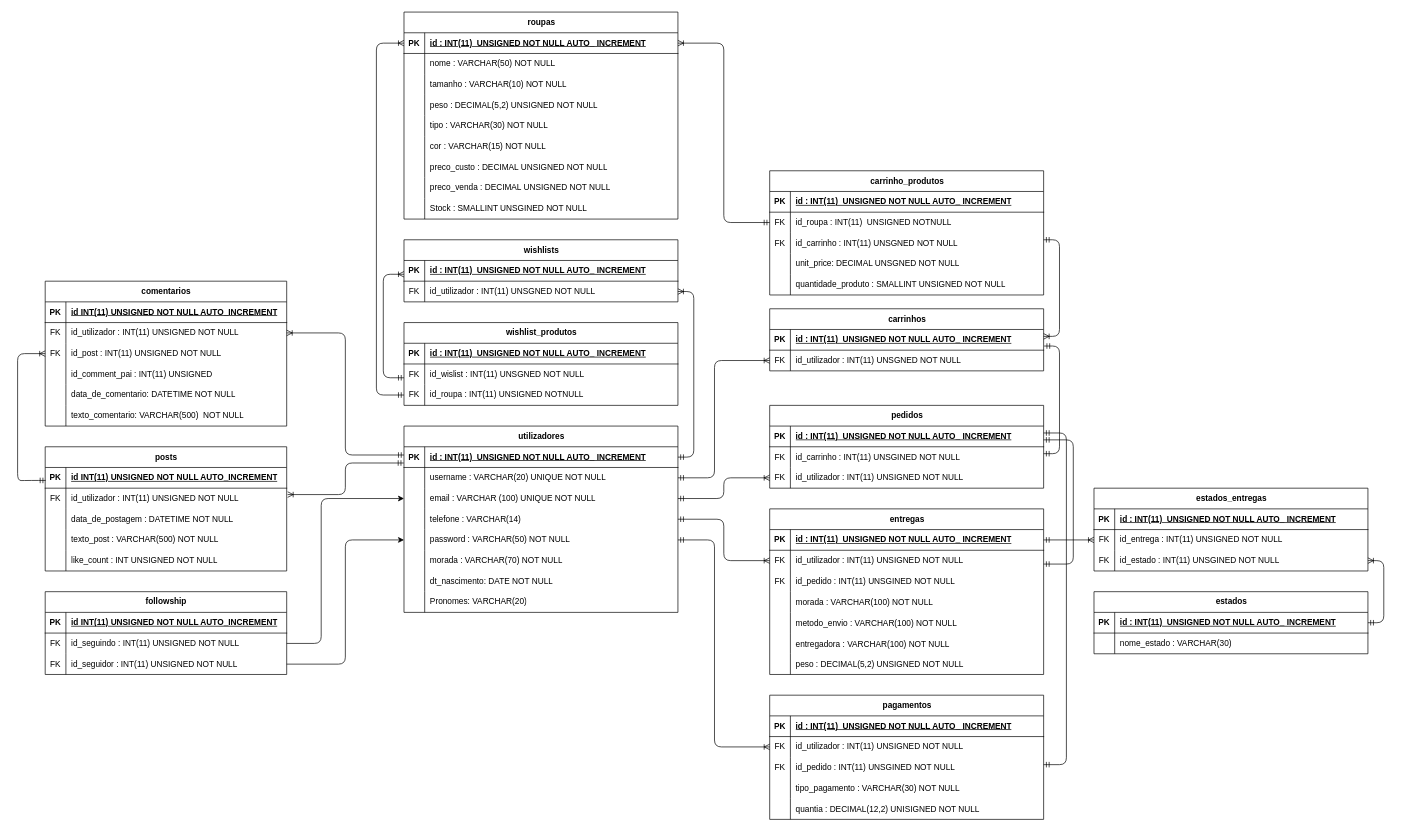
The draw.io diagram 00_PAP_Codigos/Modelo ER/imoral_modelo_er.dio in FabioVitok/PAP, before the edit. Source tidied: cells renumbered, new cells numbered last; positions are measured from the earlier drawing's top-left corner, leaving out a move shared by most shapes. Both pictures are drawn from the tidied source at 69%, with x=0, y=0 at pixel (17, 12).
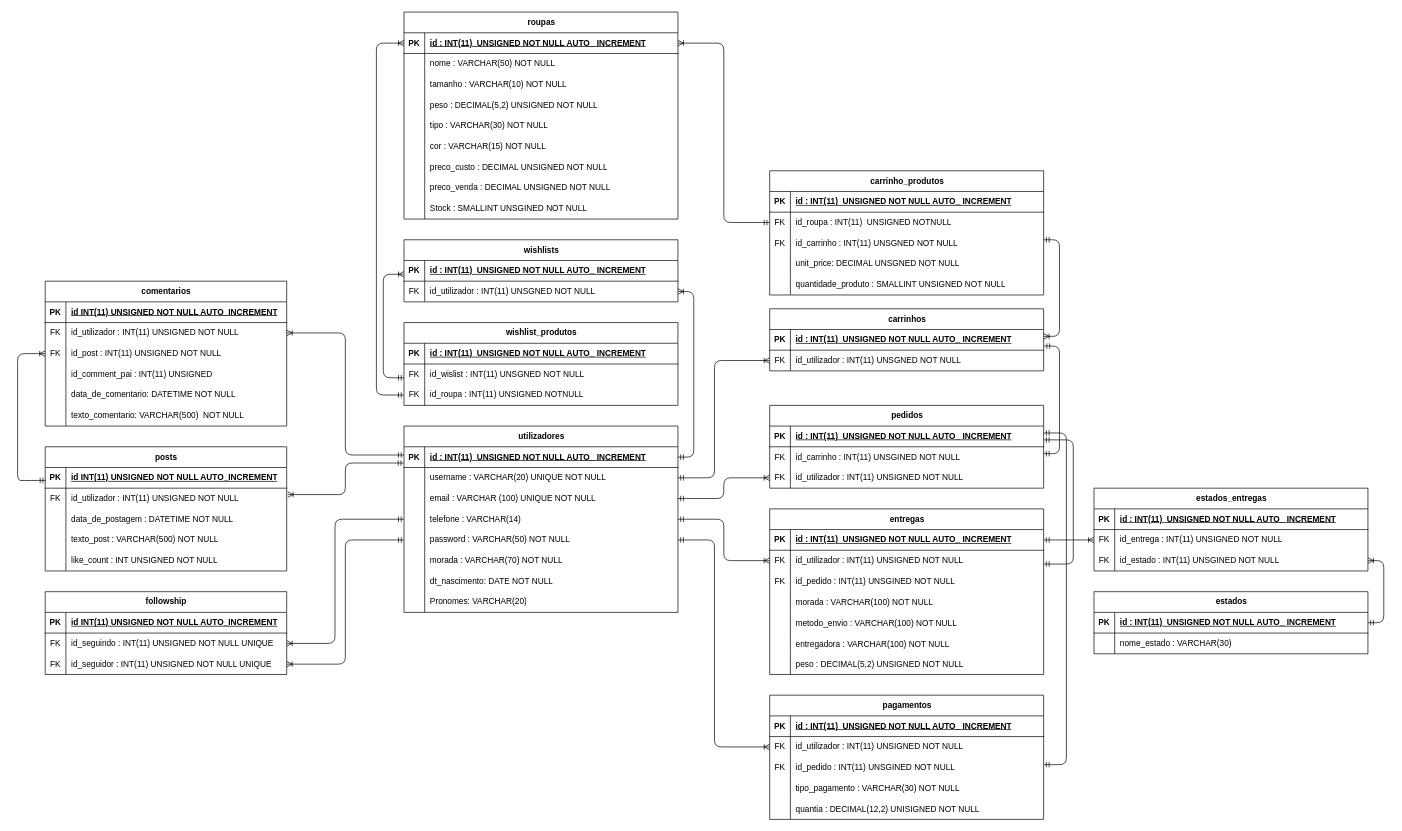
The same page after the edit.

Commit message (it also covers changes not shown here):
Modição do Modelo ER: ligações da tabela followership para a tabela utilizadores, e também adição de unique nos atributos seguido e seguidor

Unchanged cells that the change refers to:
```xml
<mxCell id="25" style="shape=tableRow;horizontal=0;startSize=0;swimlaneHead=0;swimlaneBody=0;fillColor=none;points=[[0,0.5],[1,0.5]];portConstraint=eastwest;top=0;left=0;right=0;bottom=0;" parent="18" vertex="1">
  <mxGeometry y="90" width="397" height="30" as="geometry" />
</mxCell>
<mxCell id="28" style="shape=tableRow;horizontal=0;startSize=0;swimlaneHead=0;swimlaneBody=0;fillColor=none;points=[[0,0.5],[1,0.5]];portConstraint=eastwest;top=0;left=0;right=0;bottom=0;" parent="18" vertex="1">
  <mxGeometry y="120" width="397" height="30" as="geometry" />
</mxCell>
<mxCell id="31" style="shape=tableRow;horizontal=0;startSize=0;swimlaneHead=0;swimlaneBody=0;fillColor=none;points=[[0,0.5],[1,0.5]];portConstraint=eastwest;top=0;left=0;right=0;bottom=0;" parent="18" vertex="1">
  <mxGeometry y="150" width="397" height="30" as="geometry" />
</mxCell>
<mxCell id="94" style="shape=tableRow;horizontal=0;startSize=0;swimlaneHead=0;swimlaneBody=0;fillColor=none;points=[[0,0.5],[1,0.5]];portConstraint=eastwest;top=0;left=0;right=0;bottom=0;" parent="90" vertex="1">
  <mxGeometry y="60" width="350" height="30" as="geometry" />
</mxCell>
<mxCell id="97" style="shape=tableRow;horizontal=0;startSize=0;swimlaneHead=0;swimlaneBody=0;fillColor=none;points=[[0,0.5],[1,0.5]];portConstraint=eastwest;top=0;left=0;right=0;bottom=0;" parent="90" vertex="1">
  <mxGeometry y="90" width="350" height="30" as="geometry" />
</mxCell>
```

What changed in the source:
```diff
@@
-    <mxCell id="96" value="id_seguindo : INT(11) UNSIGNED NOT NULL" style="shape=partialRectangle;fillColor=none;top=0;left=0;bottom=0;right=0;align=left;spacingLeft=6;overflow=hidden;whiteSpace=wrap;html=1;" parent="94" vertex="1">
+    <mxCell id="96" value="id_seguindo : INT(11) UNSIGNED NOT NULL UNIQUE" style="shape=partialRectangle;fillColor=none;top=0;left=0;bottom=0;right=0;align=left;spacingLeft=6;overflow=hidden;whiteSpace=wrap;html=1;" parent="94" vertex="1">
       <mxGeometry x="30" width="320" height="30" as="geometry" />
     </mxCell>
@@
-    <mxCell id="99" value="id_seguidor : INT(11) UNSIGNED NOT NULL" style="shape=partialRectangle;fillColor=none;top=0;left=0;bottom=0;right=0;align=left;spacingLeft=6;overflow=hidden;whiteSpace=wrap;html=1;" parent="97" vertex="1">
+    <mxCell id="99" value="id_seguidor : INT(11) UNSIGNED NOT NULL UNIQUE" style="shape=partialRectangle;fillColor=none;top=0;left=0;bottom=0;right=0;align=left;spacingLeft=6;overflow=hidden;whiteSpace=wrap;html=1;" parent="97" vertex="1">
       <mxGeometry x="30" width="320" height="30" as="geometry" />
     </mxCell>
@@
-    <mxCell id="190" style="edgeStyle=orthogonalEdgeStyle;html=1;exitX=1;exitY=0.5;exitDx=0;exitDy=0;entryX=0;entryY=0.5;entryDx=0;entryDy=0;" parent="1" edge="1" source="94" target="25">
-      <mxGeometry relative="1" as="geometry">
-        <Array as="points">
-          <mxPoint x="440" y="915" />
-          <mxPoint x="440" y="705" />
-        </Array>
-      </mxGeometry>
-    </mxCell>
-    <mxCell id="191" style="edgeStyle=orthogonalEdgeStyle;html=1;exitX=1;exitY=0.5;exitDx=0;exitDy=0;entryX=0;entryY=0.5;entryDx=0;entryDy=0;" parent="1" edge="1" source="97" target="31">
+    <mxCell id="191" style="edgeStyle=orthogonalEdgeStyle;html=1;exitX=1;exitY=0.5;exitDx=0;exitDy=0;entryX=0;entryY=0.5;entryDx=0;entryDy=0;endArrow=ERmandOne;endFill=0;startArrow=ERoneToMany;startFill=0;" parent="1" edge="1" source="97" target="31">
       <mxGeometry relative="1" as="geometry" />
     </mxCell>
@@
+    <mxCell id="224" style="edgeStyle=orthogonalEdgeStyle;html=1;exitX=1;exitY=0.5;exitDx=0;exitDy=0;entryX=0;entryY=0.5;entryDx=0;entryDy=0;endArrow=ERmandOne;endFill=0;startArrow=ERoneToMany;startFill=0;" parent="1" edge="1" source="94" target="28">
+      <mxGeometry relative="1" as="geometry">
+        <Array as="points">
+          <mxPoint x="460" y="915" />
+          <mxPoint x="460" y="735" />
+        </Array>
+      </mxGeometry>
+    </mxCell>
```
